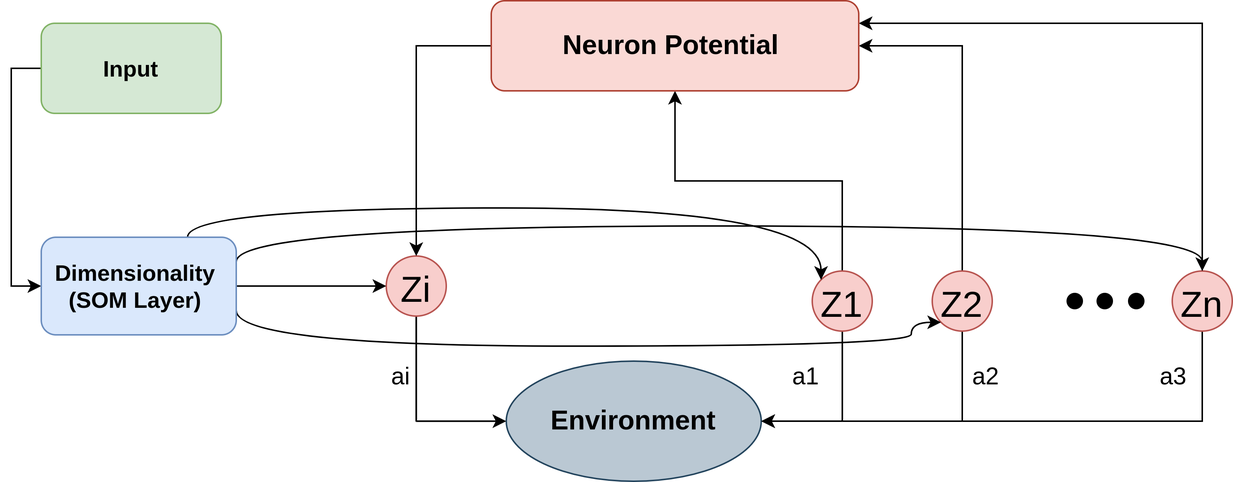
Before: Dynamic Behaviors in Coupled Neuron System from a game theorotic standpoint/overview.png, a diagram exported from draw.io (koriavinash1/Network-Games-for-Coupled-Neuron-Model). Source tidied: cells renumbered, new cells last; positions are measured from the earlier drawing's top-left corner, leaving out a move shared by most shapes. The source it was exported from:
```xml
<mxGraphModel>
  <root>
    <mxCell id="0" />
    <mxCell id="1" parent="0" />
    <mxCell id="2" value="&lt;font style=&quot;font-size: 18px&quot;&gt;&lt;b&gt;Environment&lt;/b&gt;&lt;/font&gt;" style="ellipse;whiteSpace=wrap;html=1;fillColor=#bac8d3;strokeColor=#23445d;" parent="1" vertex="1">
      <mxGeometry x="310" y="240" width="170" height="80" as="geometry" />
    </mxCell>
    <mxCell id="3" style="edgeStyle=orthogonalEdgeStyle;rounded=0;jettySize=auto;html=1;exitX=0.5;exitY=0;exitDx=0;exitDy=0;entryX=1;entryY=0.25;entryDx=0;entryDy=0;fontColor=none;" parent="1" edge="1" source="5" target="18">
      <mxGeometry relative="1" as="geometry" />
    </mxCell>
    <mxCell id="4" style="edgeStyle=orthogonalEdgeStyle;rounded=0;jettySize=auto;html=1;exitX=0.5;exitY=1;exitDx=0;exitDy=0;entryX=1;entryY=0.5;entryDx=0;entryDy=0;fontColor=none;" parent="1" edge="1" source="5" target="2">
      <mxGeometry relative="1" as="geometry" />
    </mxCell>
    <mxCell id="5" value="&lt;font style=&quot;font-size: 24px&quot;&gt;Zn&lt;/font&gt;" style="ellipse;whiteSpace=wrap;html=1;fontSize=30;fillColor=#f8cecc;strokeColor=#b85450;" parent="1" vertex="1">
      <mxGeometry x="754" y="180" width="40" height="40" as="geometry" />
    </mxCell>
    <mxCell id="6" style="edgeStyle=orthogonalEdgeStyle;rounded=0;jettySize=auto;html=1;exitX=0.5;exitY=1;exitDx=0;exitDy=0;entryX=0;entryY=0.5;entryDx=0;entryDy=0;fontColor=none;" parent="1" edge="1" source="7" target="2">
      <mxGeometry relative="1" as="geometry" />
    </mxCell>
    <mxCell id="7" value="&lt;font style=&quot;font-size: 24px&quot;&gt;Zi&lt;/font&gt;" style="ellipse;whiteSpace=wrap;html=1;fontSize=30;fillColor=#f8cecc;strokeColor=#b85450;" parent="1" vertex="1">
      <mxGeometry x="230" y="170" width="40" height="40" as="geometry" />
    </mxCell>
    <mxCell id="8" style="edgeStyle=orthogonalEdgeStyle;rounded=0;jettySize=auto;html=1;exitX=0.5;exitY=0;exitDx=0;exitDy=0;fontColor=none;" parent="1" edge="1" source="10" target="18">
      <mxGeometry relative="1" as="geometry" />
    </mxCell>
    <mxCell id="9" style="edgeStyle=orthogonalEdgeStyle;rounded=0;jettySize=auto;html=1;exitX=0.5;exitY=1;exitDx=0;exitDy=0;entryX=1;entryY=0.5;entryDx=0;entryDy=0;fontColor=none;" parent="1" edge="1" source="10" target="2">
      <mxGeometry relative="1" as="geometry" />
    </mxCell>
    <mxCell id="10" value="&lt;font style=&quot;font-size: 24px&quot;&gt;Z1&lt;/font&gt;" style="ellipse;whiteSpace=wrap;html=1;fontSize=30;fillColor=#f8cecc;strokeColor=#b85450;" parent="1" vertex="1">
      <mxGeometry x="514" y="180" width="40" height="40" as="geometry" />
    </mxCell>
    <mxCell id="11" style="ellipse;whiteSpace=wrap;html=1;fillColor=#000000;" parent="1" vertex="1">
      <mxGeometry x="684" y="195" width="10" height="10" as="geometry" />
    </mxCell>
    <mxCell id="12" style="ellipse;whiteSpace=wrap;html=1;fillColor=#000000;" parent="1" vertex="1">
      <mxGeometry x="704" y="195" width="10" height="10" as="geometry" />
    </mxCell>
    <mxCell id="13" style="ellipse;whiteSpace=wrap;html=1;fillColor=#000000;" parent="1" vertex="1">
      <mxGeometry x="725" y="195" width="10" height="10" as="geometry" />
    </mxCell>
    <mxCell id="14" style="edgeStyle=orthogonalEdgeStyle;rounded=0;jettySize=auto;html=1;exitX=0.5;exitY=0;exitDx=0;exitDy=0;entryX=1;entryY=0.5;entryDx=0;entryDy=0;fontColor=none;" parent="1" edge="1" source="16" target="18">
      <mxGeometry relative="1" as="geometry" />
    </mxCell>
    <mxCell id="15" style="edgeStyle=orthogonalEdgeStyle;rounded=0;jettySize=auto;html=1;exitX=0.5;exitY=1;exitDx=0;exitDy=0;entryX=1;entryY=0.5;entryDx=0;entryDy=0;fontColor=none;" parent="1" edge="1" source="16" target="2">
      <mxGeometry relative="1" as="geometry" />
    </mxCell>
    <mxCell id="16" value="&lt;font style=&quot;font-size: 24px&quot;&gt;Z2&lt;/font&gt;" style="ellipse;whiteSpace=wrap;html=1;fontSize=30;fillColor=#f8cecc;strokeColor=#b85450;" parent="1" vertex="1">
      <mxGeometry x="594" y="180" width="40" height="40" as="geometry" />
    </mxCell>
    <mxCell id="17" style="edgeStyle=orthogonalEdgeStyle;rounded=0;jettySize=auto;html=1;exitX=0;exitY=0.5;exitDx=0;exitDy=0;fontColor=none;" parent="1" edge="1" source="18" target="7">
      <mxGeometry relative="1" as="geometry" />
    </mxCell>
    <mxCell id="18" value="&lt;b&gt;&lt;font style=&quot;font-size: 18px&quot;&gt;Neuron Potential&amp;nbsp;&lt;/font&gt;&lt;/b&gt;" style="rounded=1;whiteSpace=wrap;html=1;fillColor=#fad9d5;strokeColor=#ae4132;" parent="1" vertex="1">
      <mxGeometry x="300" width="245" height="60" as="geometry" />
    </mxCell>
    <mxCell id="19" value="&lt;font style=&quot;font-size: 16px&quot;&gt;ai&lt;/font&gt;" style="text;html=1;strokeColor=none;fillColor=none;align=center;verticalAlign=middle;whiteSpace=wrap;rounded=0;fontColor=none;" parent="1" vertex="1">
      <mxGeometry x="220" y="240" width="40" height="20" as="geometry" />
    </mxCell>
    <mxCell id="20" value="&lt;font style=&quot;font-size: 16px&quot;&gt;a1&lt;/font&gt;" style="text;html=1;strokeColor=none;fillColor=none;align=center;verticalAlign=middle;whiteSpace=wrap;rounded=0;fontColor=none;" parent="1" vertex="1">
      <mxGeometry x="490" y="240" width="40" height="20" as="geometry" />
    </mxCell>
    <mxCell id="21" value="&lt;font style=&quot;font-size: 16px&quot;&gt;a2&lt;/font&gt;" style="text;html=1;strokeColor=none;fillColor=none;align=center;verticalAlign=middle;whiteSpace=wrap;rounded=0;fontColor=none;" parent="1" vertex="1">
      <mxGeometry x="610" y="240" width="40" height="20" as="geometry" />
    </mxCell>
    <mxCell id="22" value="&lt;font style=&quot;font-size: 16px&quot;&gt;a3&lt;/font&gt;" style="text;html=1;strokeColor=none;fillColor=none;align=center;verticalAlign=middle;whiteSpace=wrap;rounded=0;fontColor=none;" parent="1" vertex="1">
      <mxGeometry x="735" y="240" width="40" height="20" as="geometry" />
    </mxCell>
    <mxCell id="23" style="edgeStyle=orthogonalEdgeStyle;rounded=0;jettySize=auto;html=1;exitX=0;exitY=0.5;exitDx=0;exitDy=0;entryX=0;entryY=0.5;entryDx=0;entryDy=0;fontSize=15;fontColor=none;" parent="1" edge="1" source="24" target="29">
      <mxGeometry relative="1" as="geometry" />
    </mxCell>
    <mxCell id="24" value="Input" style="rounded=1;whiteSpace=wrap;html=1;fillColor=#d5e8d4;fontStyle=1;fontSize=15;strokeColor=#82b366;" parent="1" vertex="1">
      <mxGeometry y="15" width="120" height="60" as="geometry" />
    </mxCell>
    <mxCell id="25" style="edgeStyle=orthogonalEdgeStyle;rounded=0;jettySize=auto;html=1;exitX=1;exitY=0.5;exitDx=0;exitDy=0;entryX=0;entryY=0.5;entryDx=0;entryDy=0;fontSize=15;fontColor=none;" parent="1" edge="1" source="29" target="7">
      <mxGeometry relative="1" as="geometry" />
    </mxCell>
    <mxCell id="26" style="edgeStyle=orthogonalEdgeStyle;rounded=0;jettySize=auto;html=1;exitX=0.75;exitY=0;exitDx=0;exitDy=0;entryX=0;entryY=0;entryDx=0;entryDy=0;fontSize=15;fontColor=none;curved=1;" parent="1" edge="1" source="29" target="10">
      <mxGeometry relative="1" as="geometry">
        <Array as="points">
          <mxPoint x="98" y="138" />
          <mxPoint x="520" y="138" />
        </Array>
      </mxGeometry>
    </mxCell>
    <mxCell id="27" style="edgeStyle=orthogonalEdgeStyle;curved=1;rounded=0;jettySize=auto;html=1;exitX=1;exitY=0.75;exitDx=0;exitDy=0;entryX=0;entryY=1;entryDx=0;entryDy=0;fontSize=15;fontColor=none;" parent="1" edge="1" source="29" target="16">
      <mxGeometry relative="1" as="geometry">
        <Array as="points">
          <mxPoint x="130" y="230" />
          <mxPoint x="580" y="230" />
          <mxPoint x="580" y="214" />
        </Array>
      </mxGeometry>
    </mxCell>
    <mxCell id="28" style="edgeStyle=orthogonalEdgeStyle;curved=1;rounded=0;jettySize=auto;html=1;exitX=1;exitY=0.25;exitDx=0;exitDy=0;entryX=0.5;entryY=0;entryDx=0;entryDy=0;fontSize=15;fontColor=none;" parent="1" edge="1" source="29" target="5">
      <mxGeometry relative="1" as="geometry">
        <Array as="points">
          <mxPoint x="130" y="150" />
          <mxPoint x="774" y="150" />
        </Array>
      </mxGeometry>
    </mxCell>
    <mxCell id="29" value="Dimensionality &lt;br style=&quot;font-size: 15px;&quot;&gt;(SOM Layer)&amp;nbsp;" style="rounded=1;whiteSpace=wrap;html=1;fillColor=#dae8fc;fontStyle=1;fontSize=15;strokeColor=#6c8ebf;" parent="1" vertex="1">
      <mxGeometry y="157.5" width="130" height="65" as="geometry" />
    </mxCell>
  </root>
</mxGraphModel>
```
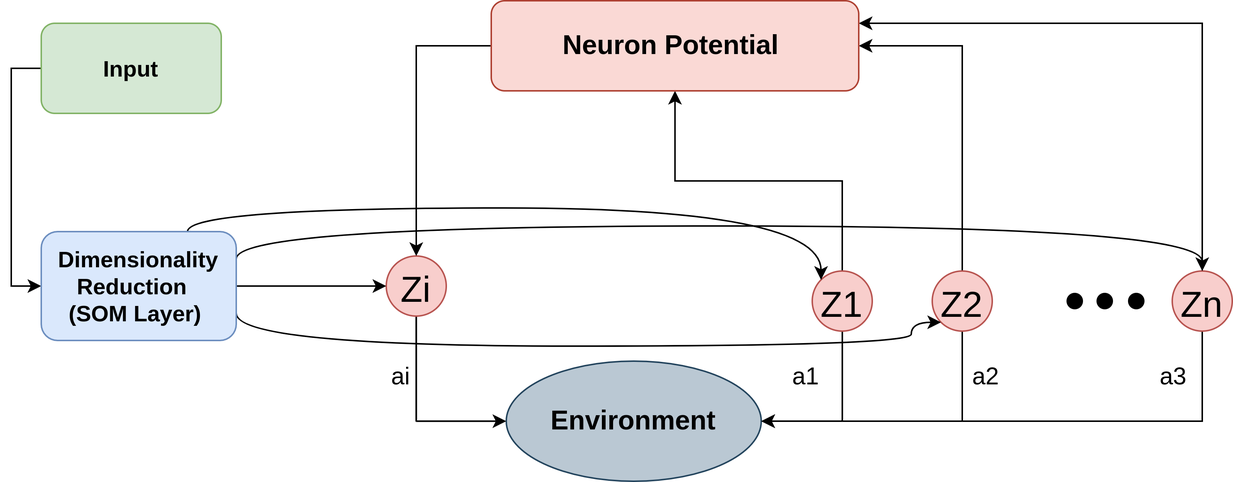
The same diagram one commit later.

What changed in the source:
```diff
@@ -99,8 +99,8 @@
         </Array>
       </mxGeometry>
     </mxCell>
-    <mxCell id="29" value="Dimensionality &lt;br style=&quot;font-size: 15px;&quot;&gt;(SOM Layer)&amp;nbsp;" style="rounded=1;whiteSpace=wrap;html=1;fillColor=#dae8fc;fontStyle=1;fontSize=15;strokeColor=#6c8ebf;" parent="1" vertex="1">
-      <mxGeometry y="157.5" width="130" height="65" as="geometry" />
+    <mxCell id="29" value="Dimensionality&lt;br&gt;Reduction&amp;nbsp;&amp;nbsp;&lt;br style=&quot;font-size: 15px&quot;&gt;(SOM Layer)&amp;nbsp;" style="rounded=1;whiteSpace=wrap;html=1;fillColor=#dae8fc;fontStyle=1;fontSize=15;strokeColor=#6c8ebf;" parent="1" vertex="1">
+      <mxGeometry y="153.8" width="130" height="72.5" as="geometry" />
     </mxCell>
   </root>
 </mxGraphModel>
```
